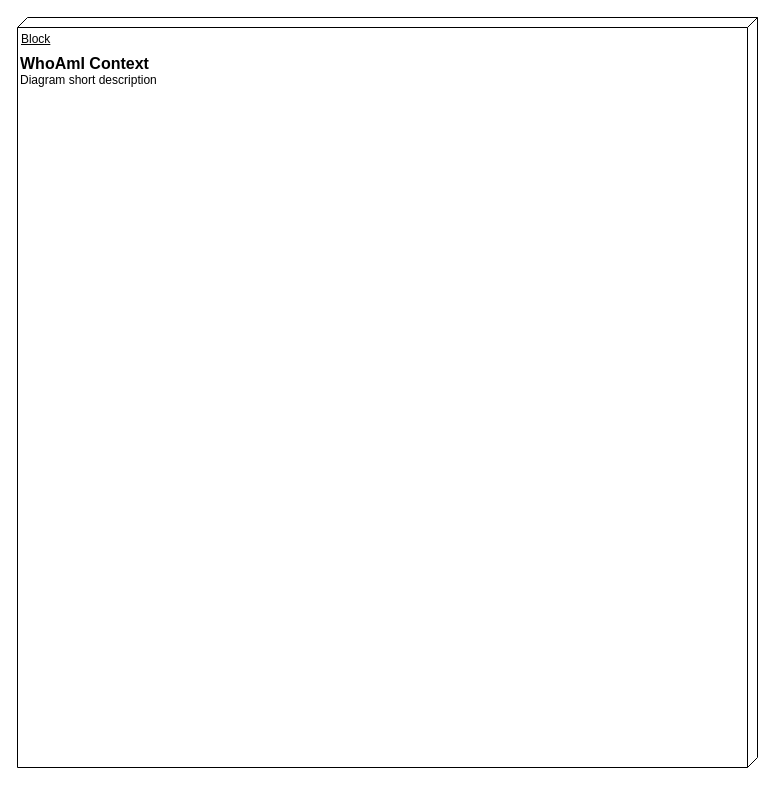
Earlier version of the draw.io diagram Kontextdiagramm.drawio (studPe/WhoAmI). Source tidied: cells renumbered, new cells numbered last; positions are measured from the earlier drawing's top-left corner, leaving out a move shared by most shapes. Both pictures are drawn from the tidied source at 100%, with x=0, y=0 at pixel (17, 17).
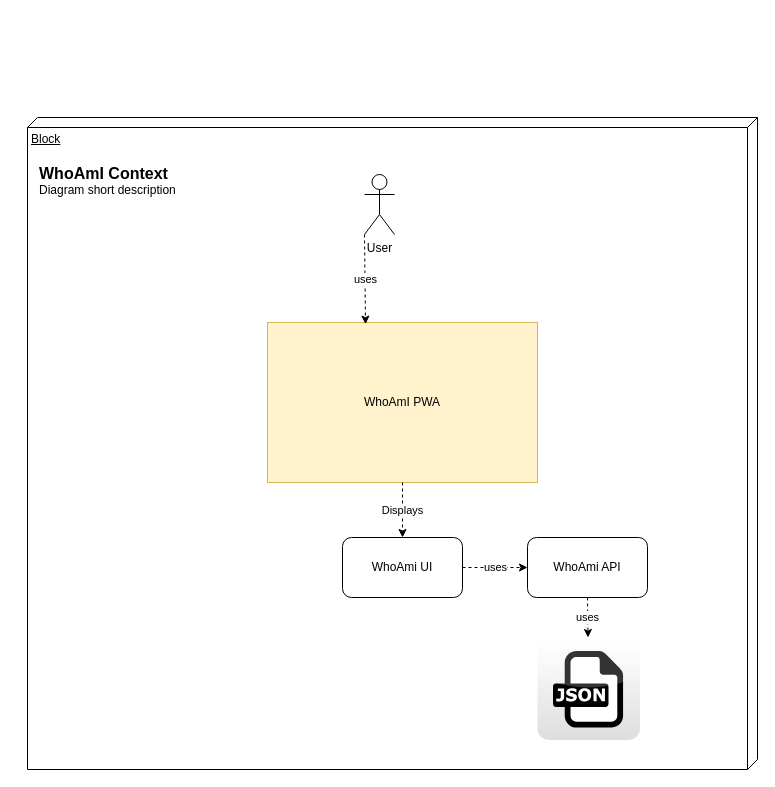
The same diagram, later.

What changed in the source:
```diff
@@
 <mxGraphModel>
   <root>
     <mxCell id="0" />
     <mxCell id="1" parent="0" />
     <mxCell id="2" value="Block" style="verticalAlign=top;align=left;spacingTop=8;spacingLeft=2;spacingRight=12;shape=cube;size=10;direction=south;fontStyle=4;html=1;whiteSpace=wrap;" parent="1" vertex="1">
-      <mxGeometry width="740" height="750" as="geometry" />
+      <mxGeometry x="10" y="100" width="730" height="652" as="geometry" />
     </mxCell>
     <object id="3" label="&lt;font style=&quot;font-size: 16px&quot;&gt;&lt;b&gt;&lt;div style=&quot;text-align: left&quot;&gt;%c4Name%&lt;/div&gt;&lt;/b&gt;&lt;/font&gt;&lt;div style=&quot;text-align: left&quot;&gt;%c4Description%&lt;/div&gt;" c4Description="Diagram short description" c4Name="WhoAmI Context" placeholders="1">
       <mxCell style="text;html=1;strokeColor=none;fillColor=none;align=left;verticalAlign=top;whiteSpace=wrap;rounded=0;" parent="1" vertex="1">
-        <mxGeometry x="1" y="30" width="260" height="40" as="geometry" />
+        <mxGeometry x="20" y="140" width="260" height="40" as="geometry" />
       </mxCell>
     </object>
+    <mxCell id="4" value="WhoAmI PWA" style="rounded=0;whiteSpace=wrap;html=1;fillColor=#fff2cc;strokeColor=#d6b656;" parent="1" vertex="1">
+      <mxGeometry x="250" y="305" width="270" height="160" as="geometry" />
+    </mxCell>
+    <mxCell id="5" value="WhoAmi UI" style="rounded=1;whiteSpace=wrap;html=1;" parent="1" vertex="1">
+      <mxGeometry x="325" y="520" width="120" height="60" as="geometry" />
+    </mxCell>
+    <mxCell id="6" value="User" style="shape=umlActor;verticalLabelPosition=bottom;verticalAlign=top;html=1;outlineConnect=0;" parent="1" vertex="1">
+      <mxGeometry x="347" y="157" width="30" height="60" as="geometry" />
+    </mxCell>
+    <mxCell id="7" value="uses" style="endArrow=classic;html=1;rounded=0;dashed=1;exitX=0;exitY=1;exitDx=0;exitDy=0;exitPerimeter=0;entryX=0.363;entryY=0.01;entryDx=0;entryDy=0;entryPerimeter=0;" parent="1" edge="1" source="6" target="4">
+      <mxGeometry relative="1" as="geometry" />
+    </mxCell>
+    <mxCell id="8" value="Displays" style="endArrow=classic;html=1;rounded=0;dashed=1;exitX=0.5;exitY=1;exitDx=0;exitDy=0;entryX=0.5;entryY=0;entryDx=0;entryDy=0;" parent="1" edge="1" source="4" target="5">
+      <mxGeometry relative="1" as="geometry" />
+    </mxCell>
+    <mxCell id="9" value="WhoAmi API" style="rounded=1;whiteSpace=wrap;html=1;" parent="1" vertex="1">
+      <mxGeometry x="510" y="520" width="120" height="60" as="geometry" />
+    </mxCell>
+    <mxCell id="10" value="uses" style="endArrow=classic;html=1;rounded=0;exitX=1;exitY=0.5;exitDx=0;exitDy=0;entryX=0;entryY=0.5;entryDx=0;entryDy=0;dashed=1;" parent="1" edge="1" source="5" target="9">
+      <mxGeometry relative="1" as="geometry" />
+    </mxCell>
+    <mxCell id="11" style="dashed=0;outlineConnect=0;html=1;align=center;labelPosition=center;verticalLabelPosition=bottom;verticalAlign=top;shape=mxgraph.webicons.json;gradientColor=#DFDEDE;" parent="1" vertex="1">
+      <mxGeometry x="520" y="620" width="102.4" height="102.4" as="geometry" />
+    </mxCell>
+    <mxCell id="12" value="uses" style="endArrow=classic;html=1;rounded=0;exitX=0.5;exitY=1;exitDx=0;exitDy=0;dashed=1;" parent="1" edge="1" source="9" target="11">
+      <mxGeometry relative="1" as="geometry" />
+    </mxCell>
   </root>
 </mxGraphModel>
```
